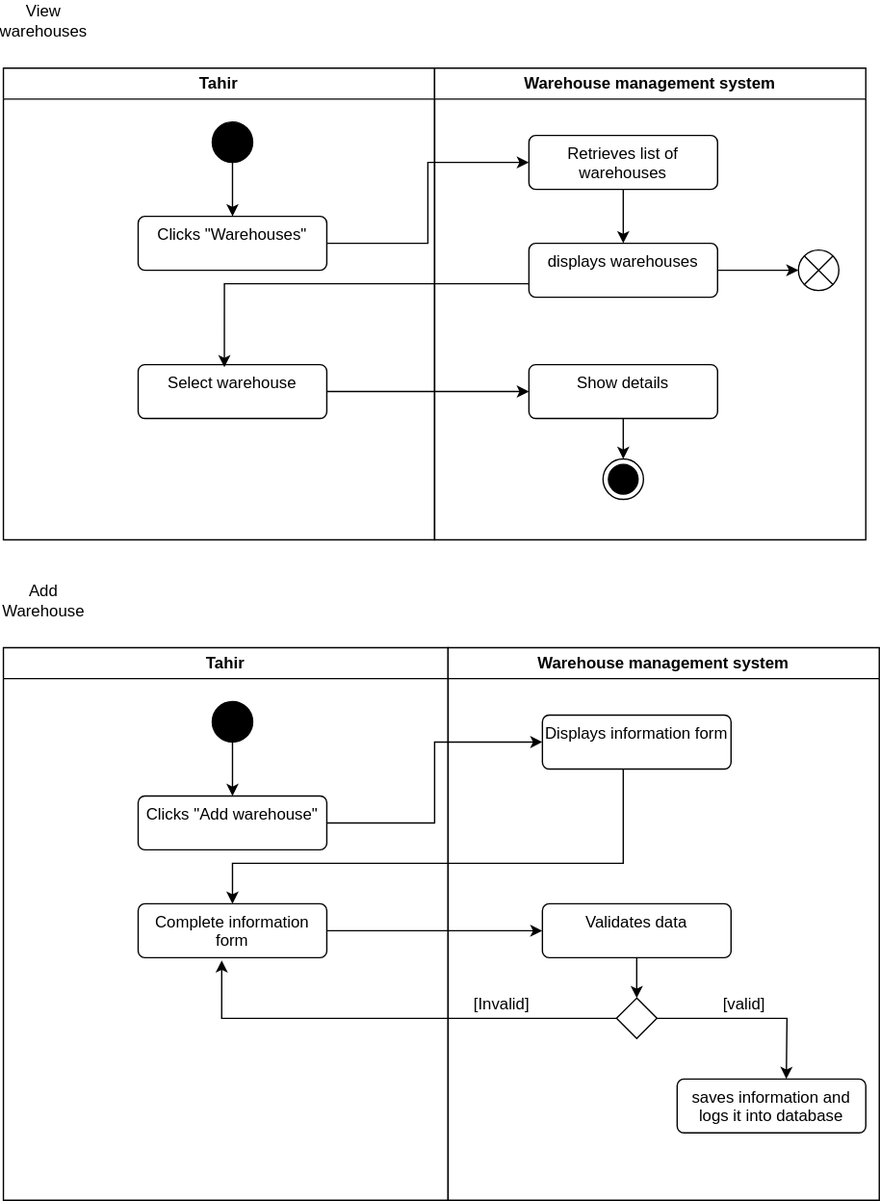
Earlier version of the draw.io export warehouse_act.svg (Simamkele88/IFM3_GP). Source tidied: cells renumbered, new cells last; positions are measured from the earlier drawing's top-left corner, leaving out a move shared by most shapes.
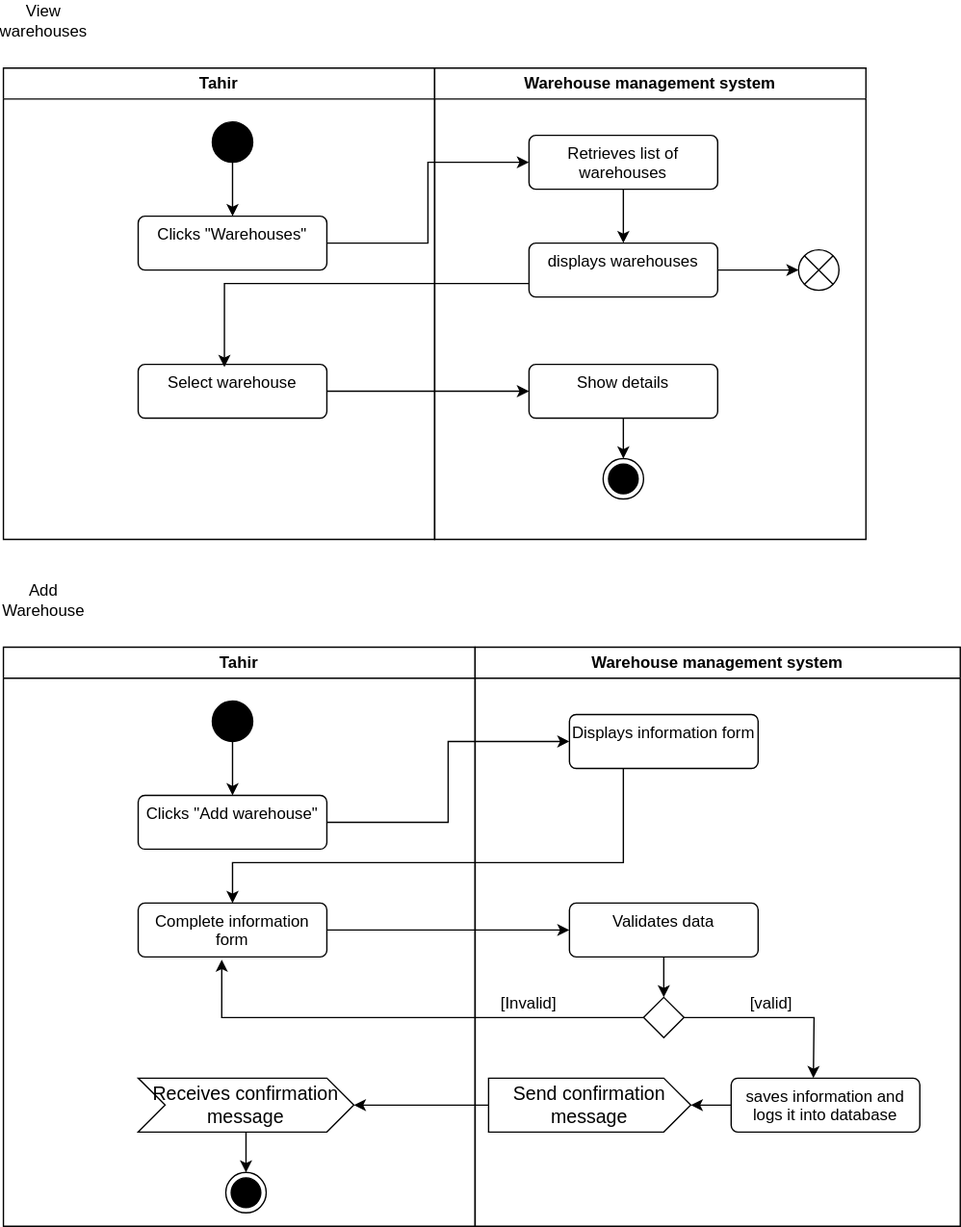
The same file after the commit.

Diff of the diagram source:
```diff
@@ -64,7 +64,7 @@
       <mxGeometry relative="1" as="geometry" />
     </mxCell>
     <mxCell id="21" value="Tahir" style="swimlane;whiteSpace=wrap;html=1;" parent="1" vertex="1">
-      <mxGeometry y="480" width="330" height="410" as="geometry" />
+      <mxGeometry y="480" width="350" height="430" as="geometry" />
     </mxCell>
     <mxCell id="22" style="edgeStyle=orthogonalEdgeStyle;rounded=0;jettySize=auto;html=1;" parent="21" edge="1" source="23" target="24">
       <mxGeometry relative="1" as="geometry" />
@@ -78,8 +78,17 @@
     <mxCell id="25" value="Complete information form" style="html=1;align=center;verticalAlign=top;rounded=1;absoluteArcSize=1;arcSize=10;dashed=0;whiteSpace=wrap;" parent="21" vertex="1">
       <mxGeometry x="100" y="190" width="140" height="40" as="geometry" />
     </mxCell>
+    <mxCell id="41" style="edgeStyle=orthogonalEdgeStyle;rounded=0;jettySize=auto;html=1;" parent="21" edge="1" source="42" target="43">
+      <mxGeometry relative="1" as="geometry" />
+    </mxCell>
+    <mxCell id="42" value="Receives confirmation message" style="html=1;shape=mxgraph.infographic.ribbonSimple;notch1=20;notch2=20;align=center;verticalAlign=middle;fontSize=14;fontStyle=0;fillColor=#FFFFFF;whiteSpace=wrap;" parent="21" vertex="1">
+      <mxGeometry x="100" y="320" width="160" height="40" as="geometry" />
+    </mxCell>
+    <mxCell id="43" style="ellipse;html=1;shape=endState;fillColor=strokeColor;" parent="21" vertex="1">
+      <mxGeometry x="165" y="390" width="30" height="30" as="geometry" />
+    </mxCell>
     <mxCell id="26" value="Warehouse management system" style="swimlane;whiteSpace=wrap;html=1;" parent="1" vertex="1">
-      <mxGeometry x="330" y="480" width="320" height="410" as="geometry" />
+      <mxGeometry x="350" y="480" width="360" height="430" as="geometry" />
     </mxCell>
     <mxCell id="27" value="Displays information form" style="html=1;align=center;verticalAlign=top;rounded=1;absoluteArcSize=1;arcSize=10;dashed=0;whiteSpace=wrap;" parent="26" vertex="1">
       <mxGeometry x="70" y="50" width="140" height="40" as="geometry" />
@@ -96,8 +105,11 @@
     <mxCell id="31" value="[Invalid]" style="text;html=1;align=center;verticalAlign=middle;whiteSpace=wrap;rounded=0;" parent="26" vertex="1">
       <mxGeometry x="10" y="250" width="60" height="30" as="geometry" />
     </mxCell>
+    <mxCell id="44" style="edgeStyle=orthogonalEdgeStyle;rounded=0;jettySize=auto;html=1;" parent="26" edge="1" source="32" target="45">
+      <mxGeometry relative="1" as="geometry" />
+    </mxCell>
     <mxCell id="32" value="saves information and logs it into database" style="html=1;align=center;verticalAlign=top;rounded=1;absoluteArcSize=1;arcSize=10;dashed=0;whiteSpace=wrap;" parent="26" vertex="1">
-      <mxGeometry x="170" y="320" width="140" height="40" as="geometry" />
+      <mxGeometry x="190" y="320" width="140" height="40" as="geometry" />
     </mxCell>
     <mxCell id="33" style="edgeStyle=orthogonalEdgeStyle;rounded=0;jettySize=auto;html=1;" parent="26" edge="1" source="30">
       <mxGeometry relative="1" as="geometry">
@@ -107,6 +119,9 @@
     <mxCell id="34" value="[valid]" style="text;html=1;align=center;verticalAlign=middle;whiteSpace=wrap;rounded=0;" parent="26" vertex="1">
       <mxGeometry x="190" y="250" width="60" height="30" as="geometry" />
     </mxCell>
+    <mxCell id="45" value="Send confirmation message" style="html=1;shape=mxgraph.infographic.ribbonSimple;notch1=0;notch2=20;align=center;verticalAlign=middle;fontSize=14;fontStyle=0;fillColor=#FFFFFF;whiteSpace=wrap;" parent="26" vertex="1">
+      <mxGeometry x="10" y="320" width="150" height="40" as="geometry" />
+    </mxCell>
     <mxCell id="35" style="edgeStyle=orthogonalEdgeStyle;rounded=0;jettySize=auto;html=1;entryX=0;entryY=0.5;entryDx=0;entryDy=0;" parent="1" edge="1" source="24" target="27">
       <mxGeometry relative="1" as="geometry" />
     </mxCell>
@@ -130,5 +145,8 @@
     <mxCell id="40" style="edgeStyle=orthogonalEdgeStyle;rounded=0;jettySize=auto;html=1;entryX=0.443;entryY=1.05;entryDx=0;entryDy=0;entryPerimeter=0;" parent="1" edge="1" source="30" target="25">
       <mxGeometry relative="1" as="geometry" />
     </mxCell>
+    <mxCell id="46" style="edgeStyle=orthogonalEdgeStyle;rounded=0;jettySize=auto;html=1;" parent="1" edge="1" source="45" target="42">
+      <mxGeometry relative="1" as="geometry" />
+    </mxCell>
   </root>
 </mxGraphModel>
```
